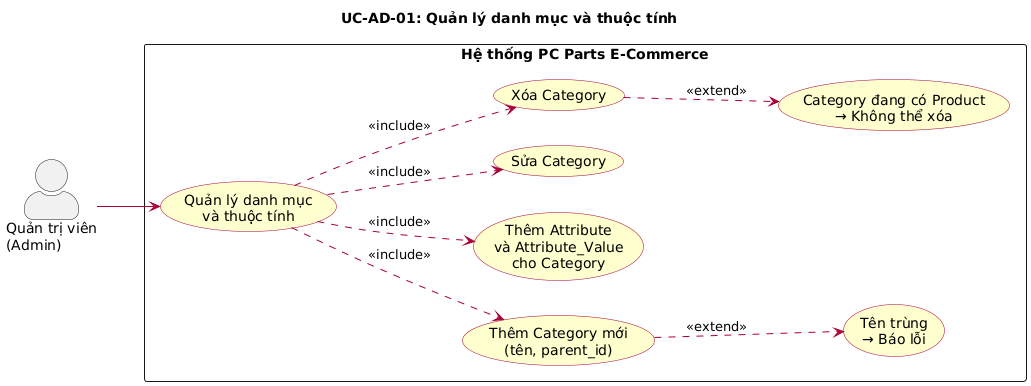
Before: docs/diagrams/images/uc_AD01_quan_ly_danh_muc.png, a diagram exported from PlantUML (huuhieu56/PC-Parts-ECommerce).
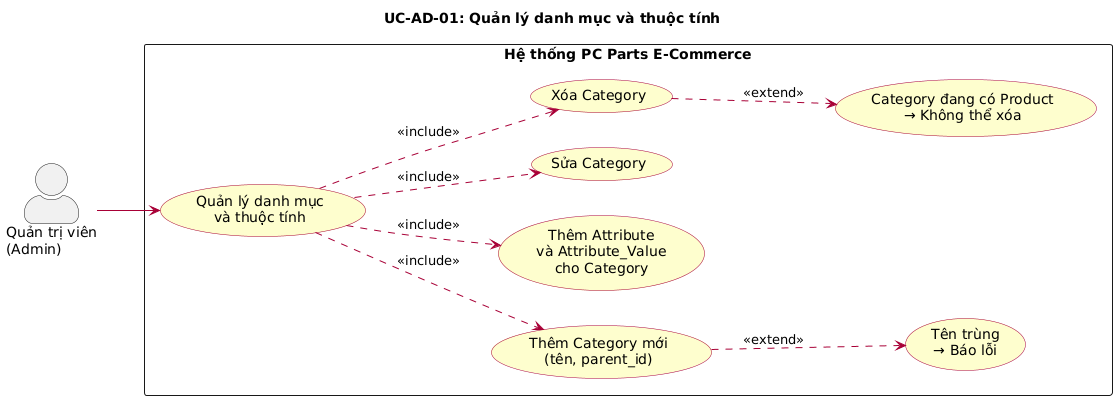
After the commit.

The edit, as a diff of the source:
```diff
@@ -1,4 +1,4 @@
-@startuml
+@startuml uc_AD01_quan_ly_danh_muc
 left to right direction
 skinparam actorStyle awesome
 skinparam packageStyle rectangle
@@ -30,4 +30,5 @@
 UC_CAT ..> UC_DEL : <<include>>
 UC_ADD ..> UC_ERR_DUP : <<extend>>
 UC_DEL ..> UC_ERR_HAS_PROD : <<extend>>
+
 @enduml
```
